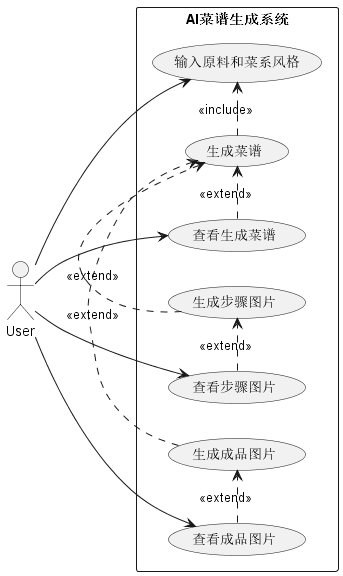
Above: app/documents/user_case.png in WuXiuyuansysu/se_homework (PlantUML), before the change. Its diagram source:
```plantuml
@startuml user_case
left to right direction

actor "User" as user

rectangle "AI菜谱生成系统" {
  usecase "输入原料和菜系风格" as uc_input
  usecase "生成菜谱" as uc_generate_recipe
  usecase "查看生成菜谱" as uc_view_recipe
  usecase "生成步骤图片" as uc_generate_steps_img
  usecase "查看步骤图片" as uc_view_steps_img
  usecase "生成成品图片" as uc_generate_dish_img
  usecase "查看成品图片" as uc_view_dish_img

  user --> uc_input
  user --> uc_view_recipe
  user --> uc_view_steps_img
  user --> uc_view_dish_img


  uc_generate_recipe .> uc_input : <<include>>
  uc_generate_steps_img .> uc_generate_recipe : <<extend>>
  uc_generate_dish_img .> uc_generate_recipe : <<extend>>


  uc_view_recipe .> uc_generate_recipe : <<extend>>
  uc_view_steps_img .> uc_generate_steps_img : <<extend>>
  uc_view_dish_img .> uc_generate_dish_img : <<extend>>
}
@enduml
```
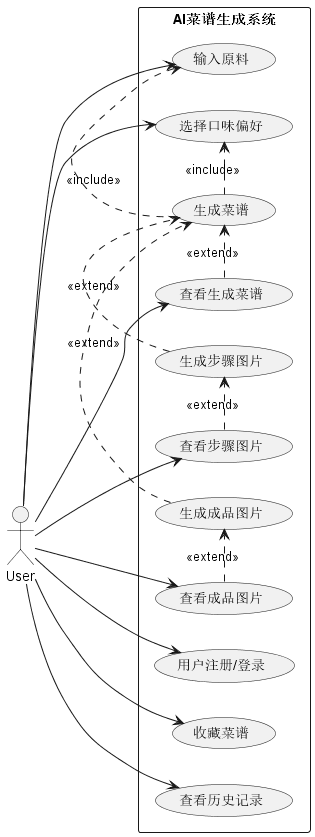
Later version of the same file.

What changed in the source:
```diff
@@ -4,24 +4,32 @@
 actor "User" as user
 
 rectangle "AI菜谱生成系统" {
-  usecase "输入原料和菜系风格" as uc_input
+  usecase "用户注册/登录" as uc_login
+  usecase "输入原料" as uc_input_ingredients
+  usecase "选择口味偏好" as uc_select_preferences
   usecase "生成菜谱" as uc_generate_recipe
   usecase "查看生成菜谱" as uc_view_recipe
   usecase "生成步骤图片" as uc_generate_steps_img
   usecase "查看步骤图片" as uc_view_steps_img
   usecase "生成成品图片" as uc_generate_dish_img
   usecase "查看成品图片" as uc_view_dish_img
+  usecase "收藏菜谱" as uc_save_like
+  usecase "查看历史记录" as uc_view_history
 
-  user --> uc_input
+  user --> uc_login
+  user --> uc_input_ingredients
+  user --> uc_select_preferences
   user --> uc_view_recipe
   user --> uc_view_steps_img
   user --> uc_view_dish_img
+  user --> uc_save_like
+  user --> uc_view_history
 
+  uc_generate_recipe .> uc_input_ingredients : <<include>>
+  uc_generate_recipe .> uc_select_preferences : <<include>>
 
-  uc_generate_recipe .> uc_input : <<include>>
   uc_generate_steps_img .> uc_generate_recipe : <<extend>>
   uc_generate_dish_img .> uc_generate_recipe : <<extend>>
-
 
   uc_view_recipe .> uc_generate_recipe : <<extend>>
   uc_view_steps_img .> uc_generate_steps_img : <<extend>>
```
